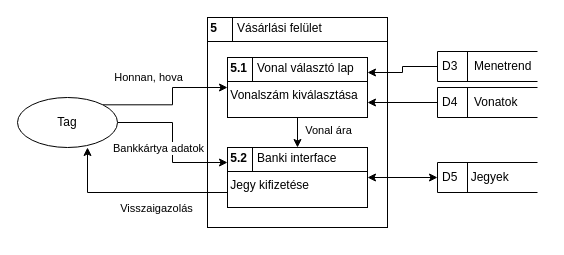
Earlier version of the draw.io diagram dokumentacio/logikai_fiziaki_adatfolyam/fizikai_adatfolyam_jegyv.drawio (RevMarci/vasutmenetrend). Source tidied: cells renumbered, new cells numbered last; positions are measured from the earlier drawing's top-left corner, leaving out a move shared by most shapes. Both pictures are drawn from the tidied source at 100%, with x=0, y=0 at pixel (17, 17).
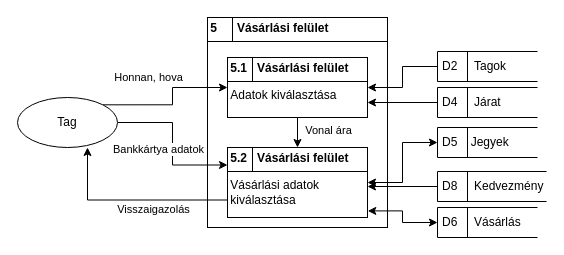
After the change.

The change refers to these unchanged cells:
```xml
<mxCell id="21" style="edgeStyle=orthogonalEdgeStyle;rounded=0;jettySize=auto;html=1;exitX=0;exitY=0.75;exitDx=0;exitDy=0;entryX=0.7;entryY=1;entryDx=0;entryDy=0;entryPerimeter=0;" parent="1" edge="1" source="8" target="20">
  <mxGeometry relative="1" as="geometry" />
</mxCell>
```

What changed in the source:
```diff
@@
-    <mxCell id="2" value="&lt;p style=&quot;margin: 4px 0px 0px;&quot;&gt;&lt;b&gt;&amp;nbsp;5&amp;nbsp; &amp;nbsp; &amp;nbsp; &lt;/b&gt;Vásárlási felület&lt;/p&gt;&lt;hr size=&quot;1&quot; style=&quot;border-style:solid;&quot;&gt;&amp;nbsp;&lt;br&gt;&lt;div style=&quot;height:2px;&quot;&gt;&lt;/div&gt;" style="verticalAlign=top;align=left;overflow=fill;html=1;whiteSpace=wrap;" parent="1" vertex="1">
+    <mxCell id="2" value="&lt;p style=&quot;margin: 4px 0px 0px;&quot;&gt;&lt;b&gt;&amp;nbsp;5&amp;nbsp; &amp;nbsp; &amp;nbsp; Vásárlási felület&lt;/b&gt;&lt;/p&gt;&lt;hr size=&quot;1&quot; style=&quot;border-style:solid;&quot;&gt;&amp;nbsp;&lt;br&gt;&lt;div style=&quot;height:2px;&quot;&gt;&lt;/div&gt;" style="verticalAlign=top;align=left;overflow=fill;html=1;whiteSpace=wrap;" parent="1" vertex="1">
       <mxGeometry x="190" width="180" height="210" as="geometry" />
     </mxCell>
@@
-    <mxCell id="6" value="&lt;p style=&quot;margin: 4px 0px 0px;&quot;&gt;&lt;b&gt;&amp;nbsp;5.1&amp;nbsp; &amp;nbsp;&lt;/b&gt;Vonal választó lap&lt;/p&gt;&lt;hr size=&quot;1&quot; style=&quot;border-style:solid;&quot;&gt;&lt;div style=&quot;height:2px;&quot;&gt;&amp;nbsp;Vonalszám kiválasztása&lt;/div&gt;" style="verticalAlign=top;align=left;overflow=fill;html=1;whiteSpace=wrap;" parent="1" vertex="1">
+    <mxCell id="6" value="&lt;p style=&quot;margin: 4px 0px 0px;&quot;&gt;&lt;b&gt;&amp;nbsp;5.1&amp;nbsp; &amp;nbsp;&lt;/b&gt;&lt;b style=&quot;background-color: transparent; color: light-dark(rgb(0, 0, 0), rgb(255, 255, 255));&quot;&gt;Vásárlási felület&lt;/b&gt;&lt;/p&gt;&lt;hr size=&quot;1&quot; style=&quot;border-style:solid;&quot;&gt;&lt;div style=&quot;height:2px;&quot;&gt;&amp;nbsp;Adatok kiválasztása&lt;/div&gt;" style="verticalAlign=top;align=left;overflow=fill;html=1;whiteSpace=wrap;" parent="1" vertex="1">
       <mxGeometry x="210" y="40" width="140" height="60" as="geometry" />
     </mxCell>
@@
-    <mxCell id="8" value="&lt;p style=&quot;margin: 4px 0px 0px;&quot;&gt;&lt;b&gt;&amp;nbsp;5.2&amp;nbsp; &amp;nbsp;&lt;/b&gt;Banki interface&lt;/p&gt;&lt;hr size=&quot;1&quot; style=&quot;border-style:solid;&quot;&gt;&lt;div style=&quot;height:2px;&quot;&gt;&amp;nbsp;Jegy kifizetése&lt;/div&gt;" style="verticalAlign=top;align=left;overflow=fill;html=1;whiteSpace=wrap;" parent="1" vertex="1">
-      <mxGeometry x="210" y="130" width="140" height="60" as="geometry" />
+    <mxCell id="8" value="&lt;p style=&quot;margin: 4px 0px 0px;&quot;&gt;&lt;b&gt;&amp;nbsp;5.2&amp;nbsp; &amp;nbsp;&lt;/b&gt;&lt;b style=&quot;background-color: transparent; color: light-dark(rgb(0, 0, 0), rgb(255, 255, 255));&quot;&gt;Vásárlási felület&lt;/b&gt;&lt;/p&gt;&lt;hr size=&quot;1&quot; style=&quot;border-style:solid;&quot;&gt;&lt;div style=&quot;height:2px;&quot;&gt;&amp;nbsp;Vásárlási adatok&amp;nbsp; &amp;nbsp;kiválasztása&lt;/div&gt;" style="verticalAlign=top;align=left;overflow=fill;html=1;whiteSpace=wrap;" parent="1" vertex="1">
+      <mxGeometry x="210" y="130" width="140" height="70" as="geometry" />
     </mxCell>
@@
-    <mxCell id="10" style="edgeStyle=orthogonalEdgeStyle;rounded=0;jettySize=auto;html=1;exitX=0;exitY=0.5;exitDx=0;exitDy=0;entryX=1;entryY=0.25;entryDx=0;entryDy=0;" parent="1" edge="1" source="11" target="6">
-      <mxGeometry relative="1" as="geometry" />
-    </mxCell>
-    <mxCell id="11" value="D3&amp;nbsp; &amp;nbsp; &amp;nbsp;Menetrend" style="html=1;dashed=0;whiteSpace=wrap;shape=mxgraph.dfd.dataStoreID;align=left;spacingLeft=3;points=[[0,0],[0.5,0],[1,0],[0,0.5],[1,0.5],[0,1],[0.5,1],[1,1]];" parent="1" vertex="1">
-      <mxGeometry x="420" y="34" width="100" height="30" as="geometry" />
-    </mxCell>
@@
-    <mxCell id="13" value="D4&amp;nbsp; &amp;nbsp; &amp;nbsp;Vonatok" style="html=1;dashed=0;whiteSpace=wrap;shape=mxgraph.dfd.dataStoreID;align=left;spacingLeft=3;points=[[0,0],[0.5,0],[1,0],[0,0.5],[1,0.5],[0,1],[0.5,1],[1,1]];" parent="1" vertex="1">
+    <mxCell id="13" value="D4&amp;nbsp; &amp;nbsp; &amp;nbsp;Járat" style="html=1;dashed=0;whiteSpace=wrap;shape=mxgraph.dfd.dataStoreID;align=left;spacingLeft=3;points=[[0,0],[0.5,0],[1,0],[0,0.5],[1,0.5],[0,1],[0.5,1],[1,1]];" parent="1" vertex="1">
       <mxGeometry x="420" y="70" width="100" height="30" as="geometry" />
     </mxCell>
@@
     <mxCell id="15" value="D5&amp;nbsp; &amp;nbsp; Jegyek" style="html=1;dashed=0;whiteSpace=wrap;shape=mxgraph.dfd.dataStoreID;align=left;spacingLeft=3;points=[[0,0],[0.5,0],[1,0],[0,0.5],[1,0.5],[0,1],[0.5,1],[1,1]];" parent="1" vertex="1">
-      <mxGeometry x="420" y="145" width="100" height="30" as="geometry" />
+      <mxGeometry x="420" y="110" width="100" height="30" as="geometry" />
     </mxCell>
@@
     <mxCell id="22" value="Visszaigazolás" style="edgeLabel;html=1;align=center;verticalAlign=middle;" parent="21" vertex="1">
       <mxGeometry x="-0.22" y="1" relative="1" as="geometry">
-        <mxPoint y="14" as="offset" />
+        <mxPoint y="8" as="offset" />
       </mxGeometry>
     </mxCell>
+    <mxCell id="23" style="edgeStyle=orthogonalEdgeStyle;rounded=0;jettySize=auto;html=1;" parent="1" edge="1" source="24" target="8">
+      <mxGeometry relative="1" as="geometry">
+        <Array as="points">
+          <mxPoint x="370" y="169" />
+          <mxPoint x="370" y="169" />
+        </Array>
+      </mxGeometry>
+    </mxCell>
+    <mxCell id="24" value="D8&amp;nbsp; &amp;nbsp; &amp;nbsp;Kedvezmény" style="html=1;dashed=0;whiteSpace=wrap;shape=mxgraph.dfd.dataStoreID;align=left;spacingLeft=3;points=[[0,0],[0.5,0],[1,0],[0,0.5],[1,0.5],[0,1],[0.5,1],[1,1]];" parent="1" vertex="1">
+      <mxGeometry x="420" y="154" width="109" height="30" as="geometry" />
+    </mxCell>
+    <mxCell id="25" style="edgeStyle=orthogonalEdgeStyle;rounded=0;jettySize=auto;html=1;entryX=1.002;entryY=0.906;entryDx=0;entryDy=0;entryPerimeter=0;startArrow=classic;startFill=1;" parent="1" edge="1" source="26" target="8">
+      <mxGeometry relative="1" as="geometry" />
+    </mxCell>
+    <mxCell id="26" value="D6&amp;nbsp; &amp;nbsp; &amp;nbsp;Vásárlás" style="html=1;dashed=0;whiteSpace=wrap;shape=mxgraph.dfd.dataStoreID;align=left;spacingLeft=3;points=[[0,0],[0.5,0],[1,0],[0,0.5],[1,0.5],[0,1],[0.5,1],[1,1]];" parent="1" vertex="1">
+      <mxGeometry x="420" y="190" width="100" height="30" as="geometry" />
+    </mxCell>
+    <mxCell id="27" style="edgeStyle=orthogonalEdgeStyle;rounded=0;jettySize=auto;html=1;" parent="1" edge="1" source="28" target="6">
+      <mxGeometry relative="1" as="geometry" />
+    </mxCell>
+    <mxCell id="28" value="D2&amp;nbsp; &amp;nbsp; &amp;nbsp;Tagok" style="html=1;dashed=0;whiteSpace=wrap;shape=mxgraph.dfd.dataStoreID;align=left;spacingLeft=3;points=[[0,0],[0.5,0],[1,0],[0,0.5],[1,0.5],[0,1],[0.5,1],[1,1]];" parent="1" vertex="1">
+      <mxGeometry x="420" y="34" width="100" height="30" as="geometry" />
+    </mxCell>
```
